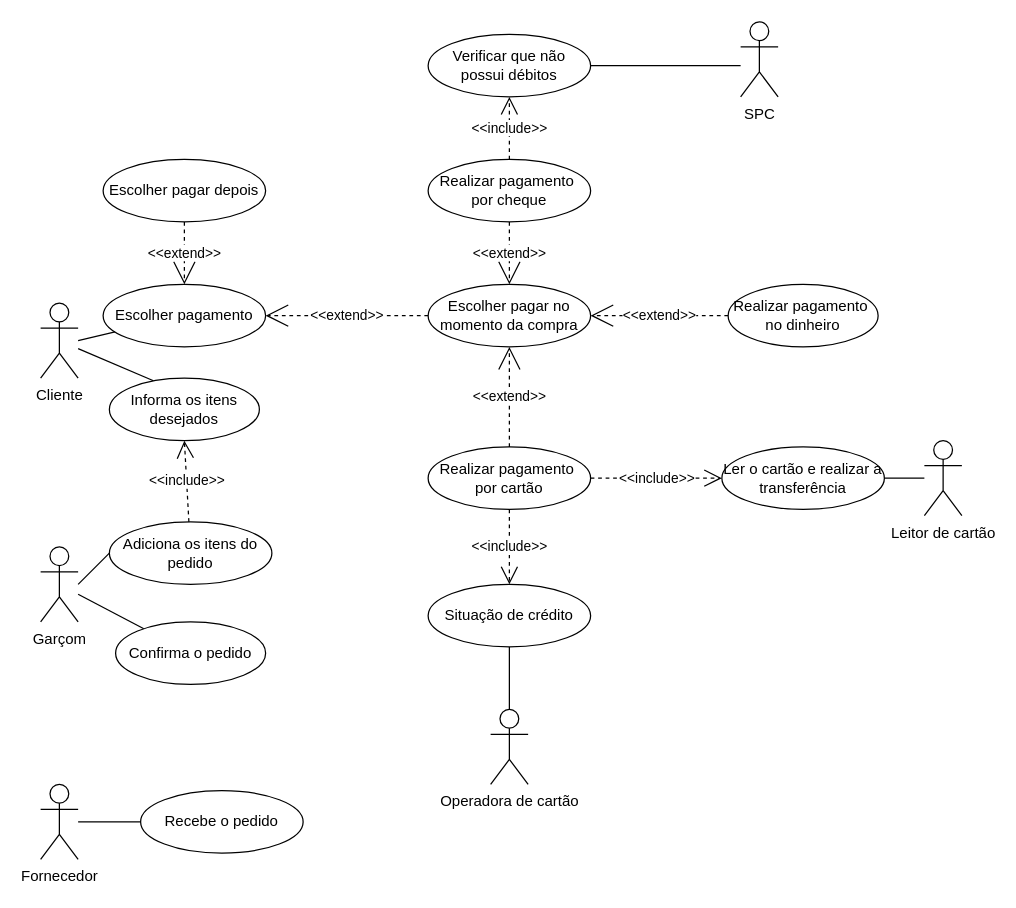
This is Eng. de software/DiagramaCasosDeUso.drawio from LuisAugusto0/Arquivos_PUC_CC, a draw.io file, before an edit. Source tidied: cells renumbered, new cells numbered last; positions are measured from the earlier drawing's top-left corner, leaving out a move shared by most shapes. Both pictures are drawn from the tidied source at 125%, with x=0, y=0 at pixel (40, 21).
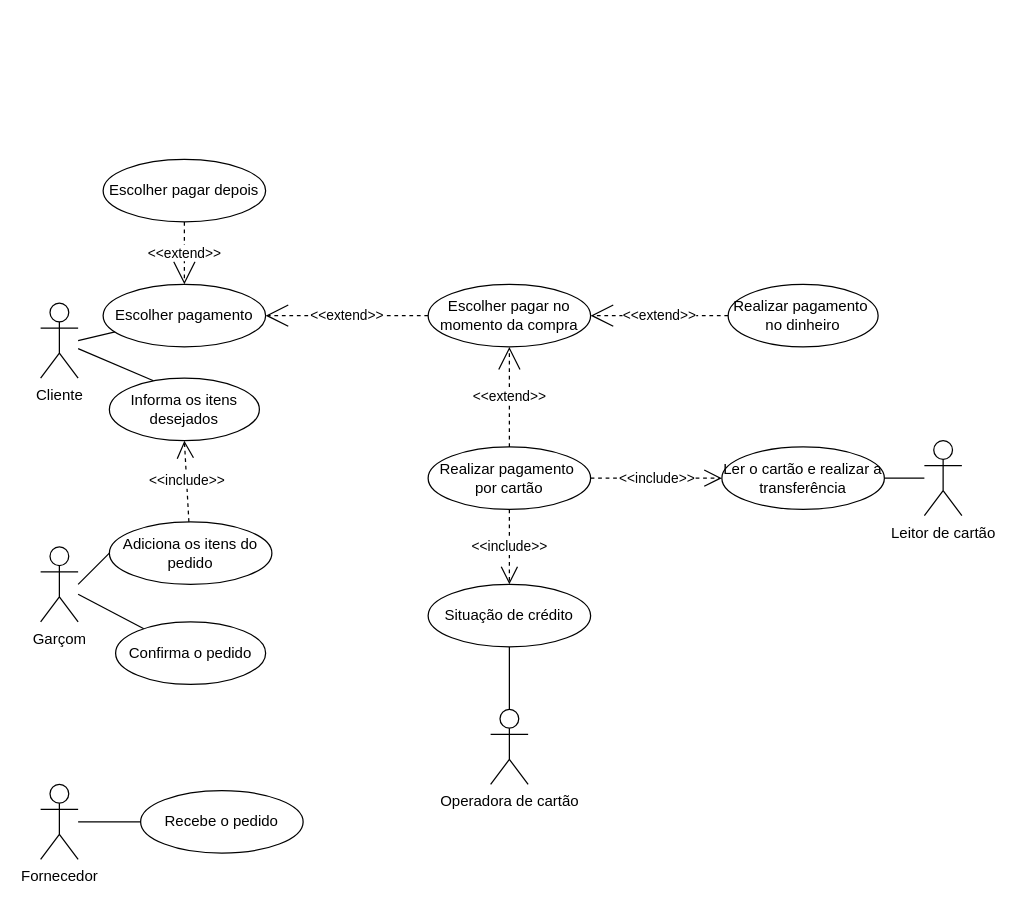
After the change.

The change refers to these unchanged cells:
```xml
<mxCell id="18" value="Escolher pagar no momento da compra" style="ellipse;whiteSpace=wrap;html=1;" parent="1" vertex="1">
  <mxGeometry x="310" y="210" width="130" height="50" as="geometry" />
</mxCell>
```

Change to the diagram source:
```diff
@@
-    <mxCell id="8" value="SPC" style="shape=umlActor;verticalLabelPosition=bottom;verticalAlign=top;html=1;" parent="1" vertex="1">
-      <mxGeometry x="560" width="30" height="60" as="geometry" />
-    </mxCell>
@@
-    <mxCell id="21" value="Realizar pagamento&amp;nbsp; por cheque" style="ellipse;whiteSpace=wrap;html=1;" parent="1" vertex="1">
-      <mxGeometry x="310" y="110" width="130" height="50" as="geometry" />
-    </mxCell>
@@
-    <mxCell id="23" value="Verificar que não possui débitos" style="ellipse;whiteSpace=wrap;html=1;" parent="1" vertex="1">
-      <mxGeometry x="310" y="10" width="130" height="50" as="geometry" />
-    </mxCell>
-    <mxCell id="24" value="&amp;lt;&amp;lt;include&amp;gt;&amp;gt;" style="endArrow=open;endSize=12;dashed=1;html=1;rounded=0;entryX=0.5;entryY=1;entryDx=0;entryDy=0;exitX=0.5;exitY=0;exitDx=0;exitDy=0;" parent="1" edge="1" source="21" target="23">
-      <mxGeometry relative="1" as="geometry" />
-    </mxCell>
-    <mxCell id="25" style="rounded=0;jettySize=auto;html=1;exitX=1;exitY=0.5;exitDx=0;exitDy=0;endArrow=none;endFill=0;" parent="1" edge="1" source="23">
-      <mxGeometry relative="1" as="geometry">
-        <mxPoint x="560" y="35" as="targetPoint" />
-      </mxGeometry>
-    </mxCell>
@@
-    <mxCell id="37" value="&amp;lt;&amp;lt;extend&amp;gt;&amp;gt;" style="endArrow=open;endSize=16;endFill=0;html=1;rounded=0;dashed=1;exitX=0.5;exitY=1;exitDx=0;exitDy=0;" parent="1" edge="1" source="21" target="18">
-      <mxGeometry relative="1" as="geometry" />
-    </mxCell>
```
